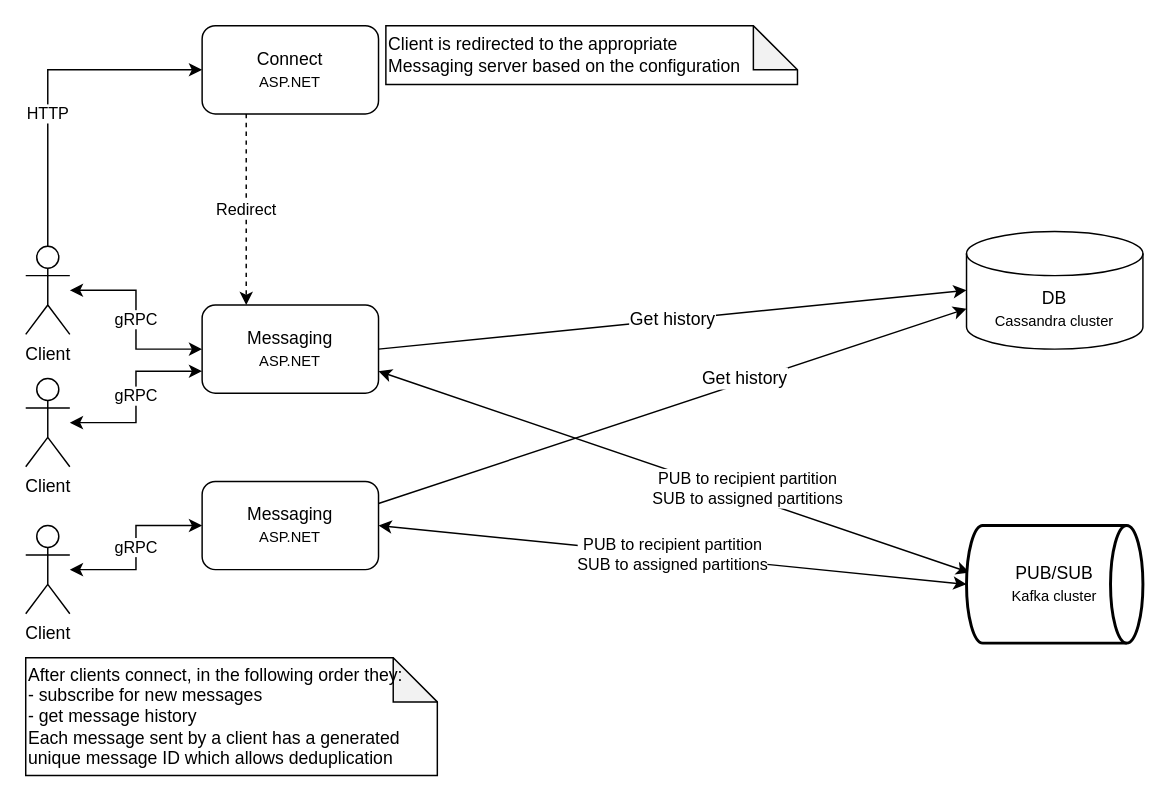
Above: docs/cecochat-03-clients.drawio in cvetomir-todorov/CecoChat (draw.io), before the change. Source tidied: cells renumbered, new cells numbered last; positions are measured from the earlier drawing's top-left corner, leaving out a move shared by most shapes. Both pictures are drawn from the tidied source at 147%, with x=0, y=0 at pixel (25, 25).
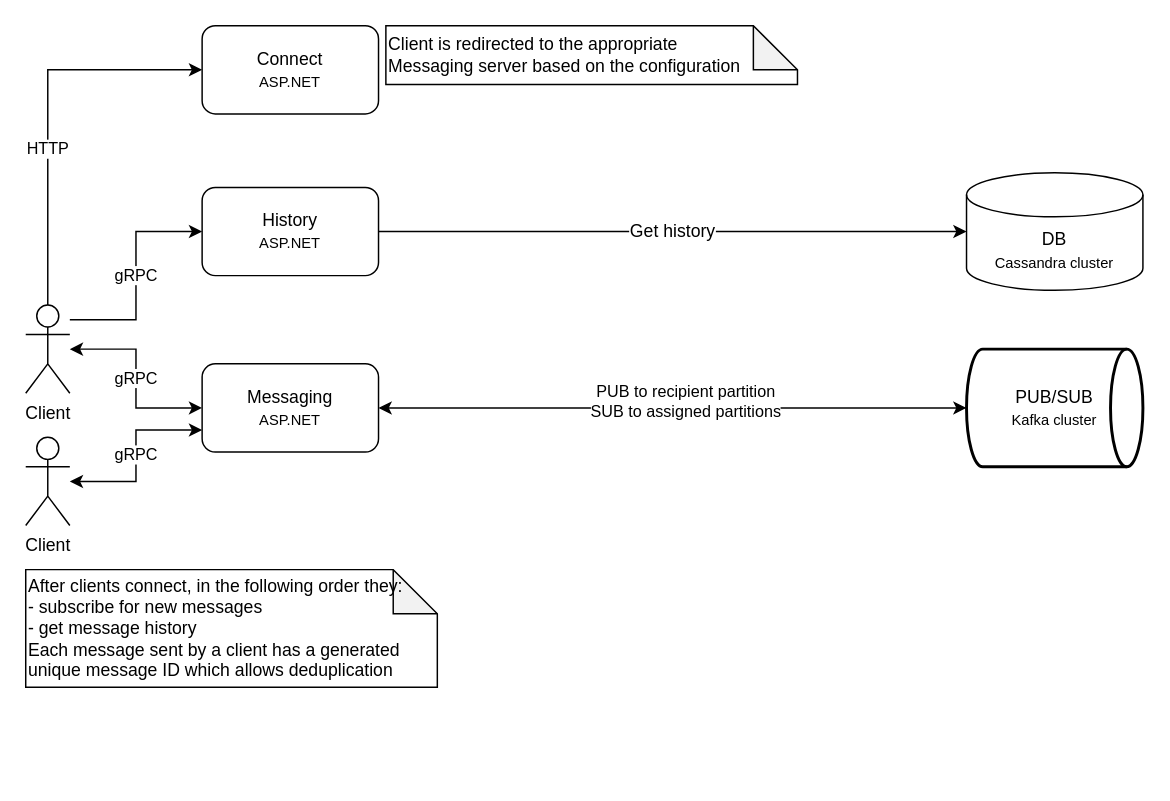
The same page after the edit.

Commit message (it also covers changes not shown here):
Add history server to design diagrams

The change refers to these unchanged cells:
```xml
<mxCell id="17" value="&lt;font style=&quot;font-size: 12px&quot;&gt;Connect&lt;/font&gt;&lt;br&gt;&lt;font style=&quot;font-size: 10px&quot;&gt;ASP.NET&lt;/font&gt;" style="rounded=1;whiteSpace=wrap;html=1;" parent="1" vertex="1">
  <mxGeometry x="120" width="120" height="60" as="geometry" />
</mxCell>
```

The edit, as a diff of the source:
```diff
@@
+    <mxCell id="5" value="gRPC" style="edgeStyle=orthogonalEdgeStyle;rounded=0;jettySize=auto;html=1;entryX=0;entryY=0.5;entryDx=0;entryDy=0;" parent="1" edge="1" source="4" target="21">
+      <mxGeometry relative="1" as="geometry">
+        <Array as="points">
+          <mxPoint x="75" y="200" />
+          <mxPoint x="75" y="140" />
+        </Array>
+      </mxGeometry>
+    </mxCell>
     <mxCell id="4" value="Client" style="shape=umlActor;verticalLabelPosition=bottom;verticalAlign=top;html=1;outlineConnect=0;" parent="1" vertex="1">
-      <mxGeometry y="150" width="30" height="60" as="geometry" />
+      <mxGeometry y="190" width="30" height="60" as="geometry" />
     </mxCell>
-    <mxCell id="5" value="gRPC" style="edgeStyle=orthogonalEdgeStyle;rounded=0;jettySize=auto;html=1;entryX=0;entryY=0.5;entryDx=0;entryDy=0;startArrow=classic;startFill=1;" parent="1" edge="1" source="6" target="12">
-      <mxGeometry relative="1" as="geometry" />
-    </mxCell>
-    <mxCell id="6" value="Client" style="shape=umlActor;verticalLabelPosition=bottom;verticalAlign=top;html=1;outlineConnect=0;" parent="1" vertex="1">
-      <mxGeometry y="340" width="30" height="60" as="geometry" />
-    </mxCell>
@@
     <mxCell id="8" value="Client" style="shape=umlActor;verticalLabelPosition=bottom;verticalAlign=top;html=1;outlineConnect=0;" parent="1" vertex="1">
-      <mxGeometry y="240" width="30" height="60" as="geometry" />
+      <mxGeometry y="280" width="30" height="60" as="geometry" />
     </mxCell>
-    <mxCell id="9" value="PUB to recipient partition&lt;br&gt;&lt;div&gt;SUB to assigned partitions&lt;/div&gt;" style="rounded=0;jettySize=auto;html=1;entryX=0.017;entryY=0.4;entryDx=0;entryDy=0;entryPerimeter=0;startArrow=classic;startFill=1;exitX=1;exitY=0.75;exitDx=0;exitDy=0;" parent="1" edge="1" source="10" target="13">
-      <mxGeometry x="0.24" y="5" relative="1" as="geometry" />
+    <mxCell id="9" value="PUB to recipient partition&lt;br&gt;&lt;div&gt;SUB to assigned partitions&lt;/div&gt;" style="rounded=0;jettySize=auto;html=1;entryX=0;entryY=0.5;entryDx=0;entryDy=0;entryPerimeter=0;startArrow=classic;startFill=1;exitX=1;exitY=0.5;exitDx=0;exitDy=0;" parent="1" edge="1" source="10" target="13">
+      <mxGeometry x="0.04" y="4" relative="1" as="geometry">
+        <mxPoint x="1" as="offset" />
+      </mxGeometry>
     </mxCell>
     <mxCell id="10" value="&lt;font style=&quot;font-size: 12px&quot;&gt;Messaging&lt;/font&gt;&lt;br&gt;&lt;font style=&quot;font-size: 10px&quot;&gt;ASP.NET&lt;/font&gt;" style="rounded=1;whiteSpace=wrap;html=1;" parent="1" vertex="1">
-      <mxGeometry x="120" y="190" width="120" height="60" as="geometry" />
+      <mxGeometry x="120" y="230" width="120" height="60" as="geometry" />
     </mxCell>
-    <mxCell id="11" value="PUB to recipient partition&lt;br&gt;&lt;div&gt;SUB to assigned partitions&lt;/div&gt;" style="edgeStyle=none;rounded=0;jettySize=auto;html=1;entryX=0;entryY=0.5;entryDx=0;entryDy=0;entryPerimeter=0;startArrow=classic;startFill=1;exitX=1;exitY=0.5;exitDx=0;exitDy=0;align=center;" parent="1" edge="1" source="12" target="13">
-      <mxGeometry relative="1" as="geometry" />
-    </mxCell>
-    <mxCell id="12" value="Messaging&lt;br&gt;&lt;font style=&quot;font-size: 10px&quot;&gt;ASP.NET&lt;/font&gt;" style="rounded=1;whiteSpace=wrap;html=1;" parent="1" vertex="1">
-      <mxGeometry x="120" y="310" width="120" height="60" as="geometry" />
-    </mxCell>
     <mxCell id="13" value="PUB/SUB&lt;br&gt;&lt;font style=&quot;font-size: 10px&quot;&gt;Kafka cluster&lt;/font&gt;" style="strokeWidth=2;html=1;shape=mxgraph.flowchart.direct_data;whiteSpace=wrap;" parent="1" vertex="1">
-      <mxGeometry x="640" y="340" width="120" height="80" as="geometry" />
+      <mxGeometry x="640" y="220" width="120" height="80" as="geometry" />
     </mxCell>
     <mxCell id="14" value="DB&lt;br&gt;&lt;font style=&quot;font-size: 10px&quot;&gt;Cassandra cluster&lt;/font&gt;" style="shape=cylinder3;whiteSpace=wrap;html=1;boundedLbl=1;backgroundOutline=1;size=15;" parent="1" vertex="1">
-      <mxGeometry x="640" y="140" width="120" height="80" as="geometry" />
+      <mxGeometry x="640" y="100" width="120" height="80" as="geometry" />
     </mxCell>
-    <mxCell id="15" value="&lt;font style=&quot;font-size: 12px&quot;&gt;Get history&lt;/font&gt;" style="rounded=0;jettySize=auto;html=1;entryX=0;entryY=0.5;entryDx=0;entryDy=0;entryPerimeter=0;startArrow=none;startFill=0;exitX=1;exitY=0.5;exitDx=0;exitDy=0;" parent="1" edge="1" source="10" target="14">
+    <mxCell id="15" value="&lt;font style=&quot;font-size: 12px&quot;&gt;Get history&lt;/font&gt;" style="rounded=0;jettySize=auto;html=1;entryX=0;entryY=0.5;entryDx=0;entryDy=0;entryPerimeter=0;startArrow=none;startFill=0;exitX=1;exitY=0.5;exitDx=0;exitDy=0;" parent="1" edge="1" source="21" target="14">
       <mxGeometry relative="1" as="geometry" />
     </mxCell>
-    <mxCell id="16" value="&lt;font style=&quot;font-size: 12px&quot;&gt;Get history&lt;/font&gt;" style="rounded=0;jettySize=auto;html=1;entryX=0;entryY=0;entryDx=0;entryDy=52.5;entryPerimeter=0;startArrow=none;startFill=0;exitX=1;exitY=0.25;exitDx=0;exitDy=0;" parent="1" edge="1" source="12" target="14">
-      <mxGeometry x="0.25" y="2" relative="1" as="geometry" />
-    </mxCell>
@@
-    <mxCell id="18" value="Redirect" style="endArrow=classic;html=1;exitX=0.25;exitY=1;exitDx=0;exitDy=0;entryX=0.25;entryY=0;entryDx=0;entryDy=0;dashed=1;" parent="1" edge="1" source="17" target="10">
-      <mxGeometry relative="1" as="geometry" />
-    </mxCell>
@@
     <mxCell id="20" value="After clients connect, in the following order they:&lt;br&gt;- subscribe for new messages&lt;br&gt;- get message history&lt;br&gt;Each message sent by a client has a generated unique message ID which allows deduplication" style="shape=note;whiteSpace=wrap;html=1;backgroundOutline=1;darkOpacity=0.05;align=left;" parent="1" vertex="1">
-      <mxGeometry y="430" width="280" height="80" as="geometry" />
+      <mxGeometry y="370" width="280" height="80" as="geometry" />
     </mxCell>
+    <mxCell id="21" value="&lt;font style=&quot;font-size: 12px&quot;&gt;History&lt;/font&gt;&lt;br&gt;&lt;font style=&quot;font-size: 10px&quot;&gt;ASP.NET&lt;/font&gt;" style="rounded=1;whiteSpace=wrap;html=1;" parent="1" vertex="1">
+      <mxGeometry x="120" y="110" width="120" height="60" as="geometry" />
+    </mxCell>
```
